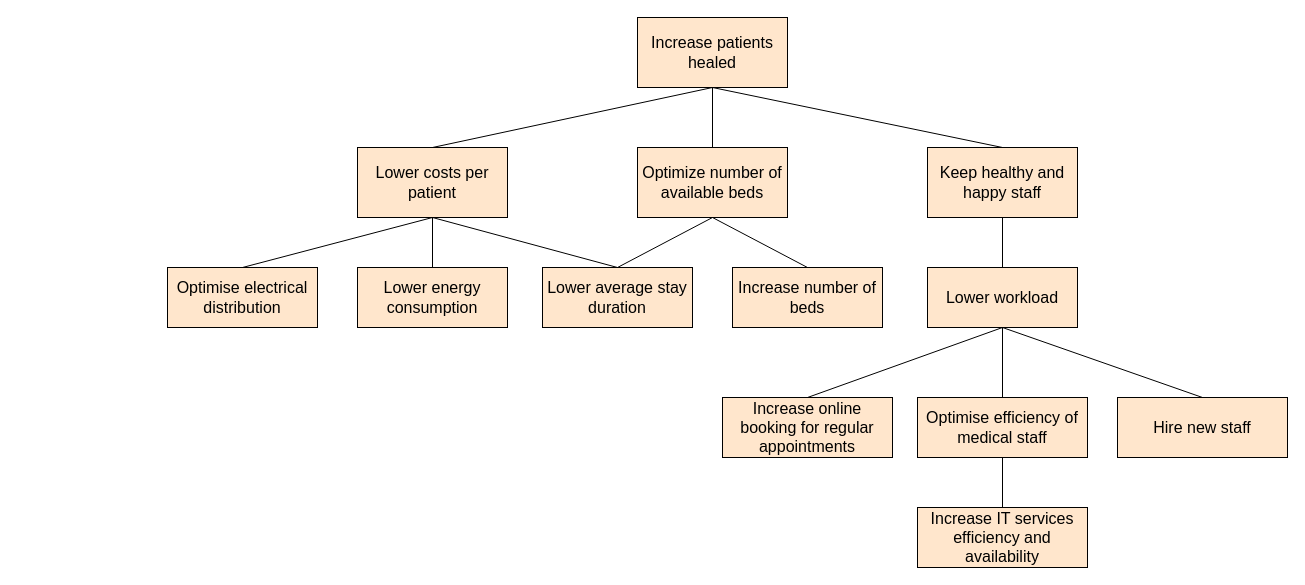
Earlier version of the draw.io diagram page "goals_vis" (1 of 4) of src/drawio/Phase2.drawio (tekvalir/ep2790-security-analysis-for-large-scale-computer-systems). Source tidied: cells renumbered, new cells numbered last; positions are measured from the earlier drawing's top-left corner, leaving out a move shared by most shapes. Both pictures are drawn from the tidied source at 100%, with x=0, y=0 at pixel (167, 17).
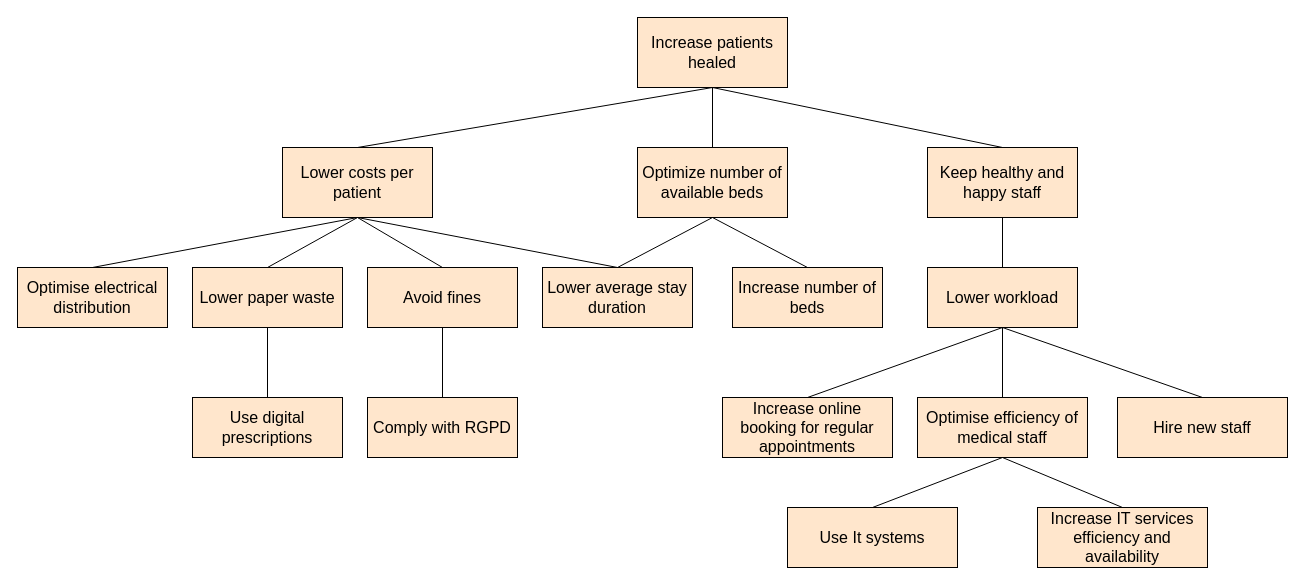
After the change.

Unchanged cells that the change refers to:
```xml
<mxCell id="25" value="Optimise efficiency of medical staff" style="rounded=0;whiteSpace=wrap;html=1;strokeColor=light-dark(#000000, #996500);align=center;verticalAlign=middle;fontFamily=Helvetica;fontSize=16;fontColor=default;fillColor=#ffe6cc;" parent="1" vertex="1">
  <mxGeometry x="750" y="380" width="170" height="60" as="geometry" />
</mxCell>
```

What changed in the source:
```diff
@@
-    <mxCell id="7" style="edgeStyle=none;shape=connector;rounded=0;jettySize=auto;html=1;exitX=0.5;exitY=1;exitDx=0;exitDy=0;strokeColor=default;align=center;verticalAlign=middle;fontFamily=Helvetica;fontSize=11;fontColor=default;labelBackgroundColor=default;endArrow=none;endFill=0;" parent="1" edge="1" source="9" target="16">
-      <mxGeometry relative="1" as="geometry" />
-    </mxCell>
@@
+    <mxCell id="28" style="edgeStyle=none;shape=connector;rounded=0;jettySize=auto;html=1;exitX=0.5;exitY=1;exitDx=0;exitDy=0;entryX=0.5;entryY=0;entryDx=0;entryDy=0;strokeColor=default;align=center;verticalAlign=middle;fontFamily=Helvetica;fontSize=11;fontColor=default;labelBackgroundColor=default;endArrow=none;endFill=0;" parent="1" edge="1" source="9" target="32">
+      <mxGeometry relative="1" as="geometry" />
+    </mxCell>
+    <mxCell id="29" style="edgeStyle=none;shape=connector;rounded=0;jettySize=auto;html=1;exitX=0.5;exitY=1;exitDx=0;exitDy=0;entryX=0.5;entryY=0;entryDx=0;entryDy=0;strokeColor=default;align=center;verticalAlign=middle;fontFamily=Helvetica;fontSize=11;fontColor=default;labelBackgroundColor=default;endArrow=none;endFill=0;" parent="1" edge="1" source="9" target="34">
+      <mxGeometry relative="1" as="geometry" />
+    </mxCell>
     <mxCell id="9" value="Lower costs per patient" style="rounded=0;whiteSpace=wrap;html=1;strokeColor=light-dark(#000000, #996500);align=center;verticalAlign=middle;fontFamily=Helvetica;fontSize=16;fillColor=#ffe6cc;" parent="1" vertex="1">
-      <mxGeometry x="190" y="130" width="150" height="70" as="geometry" />
+      <mxGeometry x="115" y="130" width="150" height="70" as="geometry" />
     </mxCell>
@@
     <mxCell id="15" value="Optimise electrical distribution" style="rounded=0;whiteSpace=wrap;html=1;fontSize=16;strokeColor=light-dark(#000000, #996500);align=center;verticalAlign=middle;fontFamily=Helvetica;fontColor=default;fillColor=#ffe6cc;" parent="1" vertex="1">
-      <mxGeometry y="250" width="150" height="60" as="geometry" />
+      <mxGeometry x="-150" y="250" width="150" height="60" as="geometry" />
     </mxCell>
-    <mxCell id="16" value="Lower energy consumption" style="rounded=0;whiteSpace=wrap;html=1;fontSize=16;strokeColor=light-dark(#000000, #996500);align=center;verticalAlign=middle;fontFamily=Helvetica;fontColor=default;fillColor=#ffe6cc;" parent="1" vertex="1">
-      <mxGeometry x="190" y="250" width="150" height="60" as="geometry" />
-    </mxCell>
@@
-    <mxCell id="24" style="edgeStyle=none;shape=connector;rounded=0;jettySize=auto;html=1;exitX=0.5;exitY=1;exitDx=0;exitDy=0;strokeColor=default;align=center;verticalAlign=middle;fontFamily=Helvetica;fontSize=11;fontColor=default;labelBackgroundColor=default;endArrow=none;endFill=0;" parent="1" edge="1" source="25" target="26">
+    <mxCell id="24" style="edgeStyle=none;shape=connector;rounded=0;jettySize=auto;html=1;exitX=0.5;exitY=1;exitDx=0;exitDy=0;strokeColor=default;align=center;verticalAlign=middle;fontFamily=Helvetica;fontSize=11;fontColor=default;labelBackgroundColor=default;endArrow=none;endFill=0;entryX=0.5;entryY=0;entryDx=0;entryDy=0;" parent="1" edge="1" source="25" target="26">
       <mxGeometry relative="1" as="geometry" />
     </mxCell>
+    <mxCell id="30" style="edgeStyle=none;shape=connector;rounded=0;jettySize=auto;html=1;exitX=0.5;exitY=1;exitDx=0;exitDy=0;entryX=0.5;entryY=0;entryDx=0;entryDy=0;strokeColor=default;align=center;verticalAlign=middle;fontFamily=Helvetica;fontSize=11;fontColor=default;labelBackgroundColor=default;endArrow=none;endFill=0;" parent="1" edge="1" source="25" target="37">
+      <mxGeometry relative="1" as="geometry" />
+    </mxCell>
@@
     <mxCell id="26" value="Increase IT services efficiency and availability" style="rounded=0;whiteSpace=wrap;html=1;strokeColor=light-dark(#000000, #996500);align=center;verticalAlign=middle;fontFamily=Helvetica;fontSize=16;fontColor=default;fillColor=#ffe6cc;" parent="1" vertex="1">
-      <mxGeometry x="750" y="490" width="170" height="60" as="geometry" />
+      <mxGeometry x="870" y="490" width="170" height="60" as="geometry" />
     </mxCell>
@@
+    <mxCell id="31" style="edgeStyle=none;shape=connector;rounded=0;jettySize=auto;html=1;exitX=0.5;exitY=1;exitDx=0;exitDy=0;entryX=0.5;entryY=0;entryDx=0;entryDy=0;strokeColor=default;align=center;verticalAlign=middle;fontFamily=Helvetica;fontSize=11;fontColor=default;labelBackgroundColor=default;endArrow=none;endFill=0;" parent="1" edge="1" source="32" target="36">
+      <mxGeometry relative="1" as="geometry" />
+    </mxCell>
+    <mxCell id="32" value="Avoid fines" style="rounded=0;whiteSpace=wrap;html=1;fontSize=16;strokeColor=light-dark(#000000, #996500);align=center;verticalAlign=middle;fontFamily=Helvetica;fontColor=default;fillColor=#ffe6cc;" parent="1" vertex="1">
+      <mxGeometry x="200" y="250" width="150" height="60" as="geometry" />
+    </mxCell>
+    <mxCell id="33" style="edgeStyle=none;shape=connector;rounded=0;jettySize=auto;html=1;exitX=0.5;exitY=1;exitDx=0;exitDy=0;entryX=0.5;entryY=0;entryDx=0;entryDy=0;strokeColor=default;align=center;verticalAlign=middle;fontFamily=Helvetica;fontSize=11;fontColor=default;labelBackgroundColor=default;endArrow=none;endFill=0;" parent="1" edge="1" source="34" target="35">
+      <mxGeometry relative="1" as="geometry" />
+    </mxCell>
+    <mxCell id="34" value="&lt;div&gt;Lower paper waste&lt;/div&gt;" style="rounded=0;whiteSpace=wrap;html=1;fontSize=16;strokeColor=light-dark(#000000, #996500);align=center;verticalAlign=middle;fontFamily=Helvetica;fontColor=default;fillColor=#ffe6cc;" parent="1" vertex="1">
+      <mxGeometry x="25" y="250" width="150" height="60" as="geometry" />
+    </mxCell>
+    <mxCell id="35" value="&lt;div&gt;Use digital prescriptions&lt;/div&gt;" style="rounded=0;whiteSpace=wrap;html=1;fontSize=16;strokeColor=light-dark(#000000, #996500);align=center;verticalAlign=middle;fontFamily=Helvetica;fontColor=default;fillColor=#ffe6cc;" parent="1" vertex="1">
+      <mxGeometry x="25" y="380" width="150" height="60" as="geometry" />
+    </mxCell>
+    <mxCell id="36" value="Comply with RGPD" style="rounded=0;whiteSpace=wrap;html=1;fontSize=16;strokeColor=light-dark(#000000, #996500);align=center;verticalAlign=middle;fontFamily=Helvetica;fontColor=default;fillColor=#ffe6cc;" parent="1" vertex="1">
+      <mxGeometry x="200" y="380" width="150" height="60" as="geometry" />
+    </mxCell>
+    <mxCell id="37" value="Use It systems" style="rounded=0;whiteSpace=wrap;html=1;strokeColor=light-dark(#000000, #996500);align=center;verticalAlign=middle;fontFamily=Helvetica;fontSize=16;fontColor=default;fillColor=#ffe6cc;" parent="1" vertex="1">
+      <mxGeometry x="620" y="490" width="170" height="60" as="geometry" />
+    </mxCell>
```
